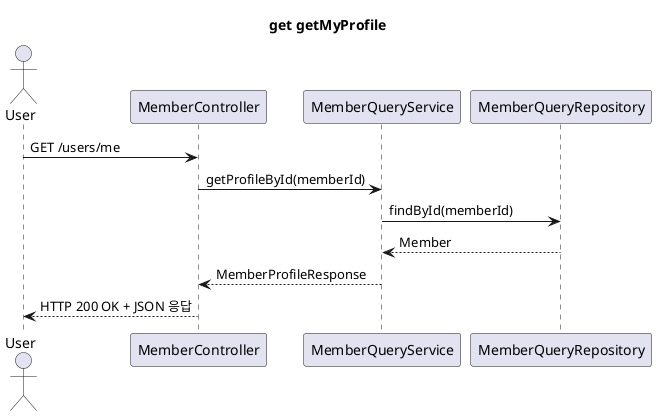
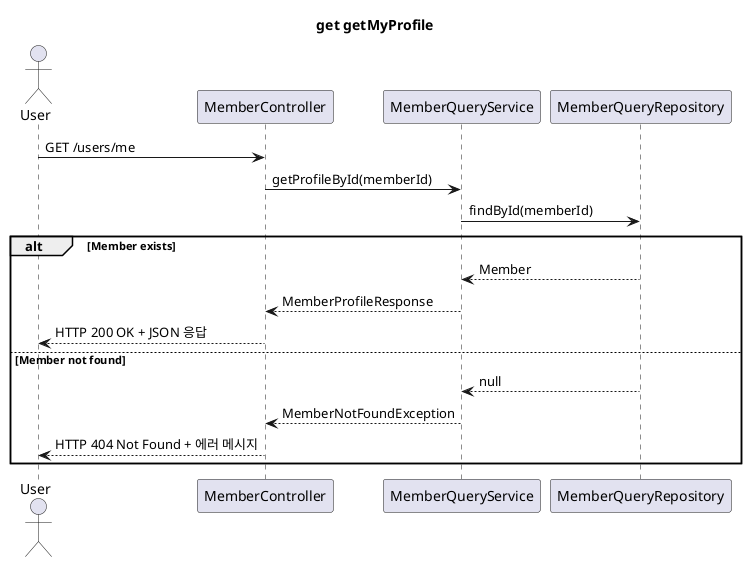
@startuml
title get getMyProfile

actor User
participant MemberController
participant MemberQueryService
participant MemberQueryRepository

User -> MemberController : GET /users/me
MemberController -> MemberQueryService : getProfileById(memberId)

MemberQueryService -> MemberQueryRepository : findById(memberId)
+ 
+ alt Member exists
MemberQueryRepository --> MemberQueryService : Member
- 
- 
MemberQueryService --> MemberController : MemberProfileResponse
MemberController --> User : HTTP 200 OK + JSON 응답
+ 
+ else Member not found
+ MemberQueryRepository --> MemberQueryService : null
+ MemberQueryService --> MemberController : MemberNotFoundException
+ MemberController --> User : HTTP 404 Not Found + 에러 메시지
+ end
@enduml